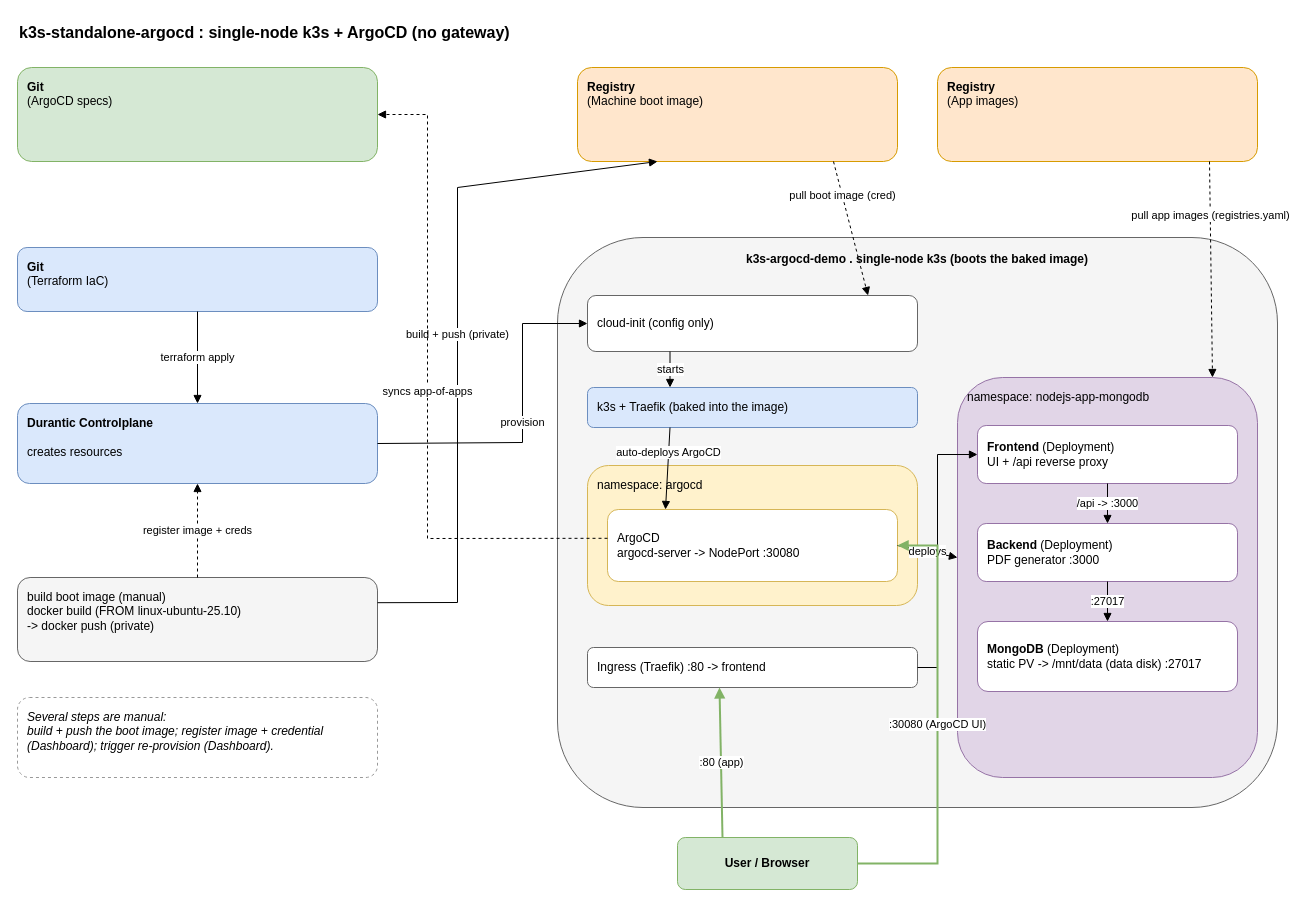
Above: page "k3s-standalone-argocd" (1 of 3) of k3s-standalone-argocd/assets/k3s-standalone-argocd.drawio in DeV1L/durantic-tf-examples (draw.io), before the change. Source tidied: cells renumbered, new cells numbered last; positions are measured from the earlier drawing's top-left corner, leaving out a move shared by most shapes. Both pictures are drawn from the tidied source at 100%, with x=0, y=0 at pixel (17, 17).
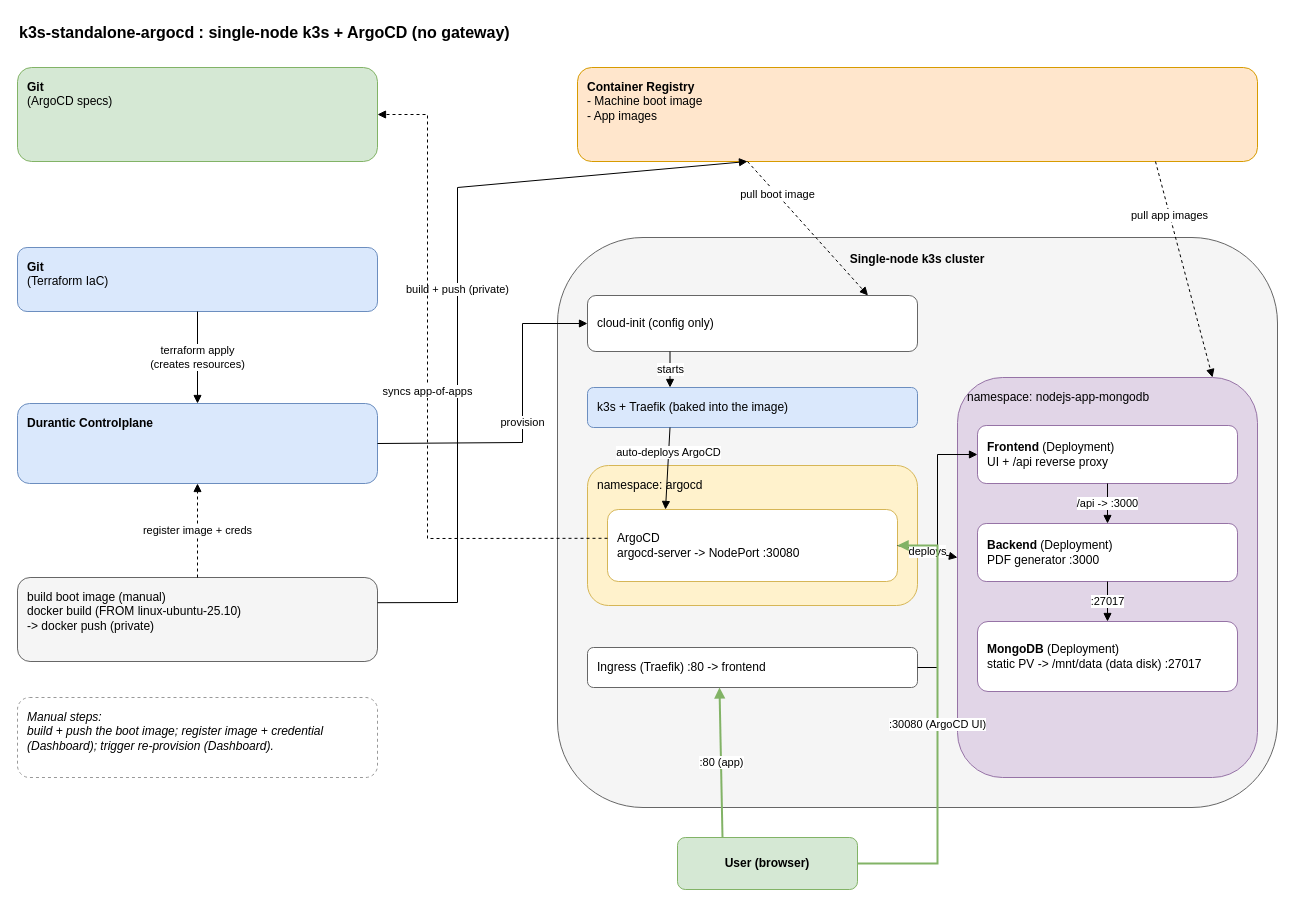
Above is the later version.

Commit message (it also covers changes not shown here):
k3s-standalone-argocd: merge the two Registry boxes into one Container Registry

Single 'Container Registry' box (Machine boot image + App images); build+push,
pull-boot-image, and pull-app-images edges all route to/from it. Re-exported page 0.

The change refers to these unchanged cells:
```xml
<mxCell id="6" value="&lt;b&gt;Git&lt;/b&gt;&#10;(Terraform IaC)" style="rounded=1;whiteSpace=wrap;html=1;fillColor=#dae8fc;strokeColor=#6c8ebf;align=left;verticalAlign=top;spacingLeft=8;spacingTop=6;" parent="1" vertex="1">
  <mxGeometry y="230" width="360" height="64" as="geometry" />
</mxCell>
<mxCell id="10" value="cloud-init (config only)" style="rounded=1;whiteSpace=wrap;html=1;fillColor=#ffffff;strokeColor=#666666;align=left;verticalAlign=middle;spacingLeft=8;" parent="1" vertex="1">
  <mxGeometry x="570" y="278" width="330" height="56" as="geometry" />
</mxCell>
<mxCell id="15" value="namespace: nodejs-app-mongodb" style="rounded=1;whiteSpace=wrap;html=1;fillColor=#e1d5e7;strokeColor=#9673a6;align=left;verticalAlign=top;spacingLeft=8;spacingTop=6;" parent="1" vertex="1">
  <mxGeometry x="940" y="360" width="300" height="400" as="geometry" />
</mxCell>
```

Change to the diagram source:
```diff
@@
-    <mxCell id="4" value="&lt;b&gt;Registry&lt;/b&gt;&#10;(Machine boot image)" style="rounded=1;whiteSpace=wrap;html=1;fillColor=#ffe6cc;strokeColor=#d79b00;align=left;verticalAlign=top;spacingLeft=8;spacingTop=6;" parent="1" vertex="1">
-      <mxGeometry x="560" y="50" width="320" height="94" as="geometry" />
+    <mxCell id="4" value="&lt;b&gt;Container Registry&lt;/b&gt;&lt;br&gt;- Machine boot image&lt;br&gt;- App images" style="rounded=1;whiteSpace=wrap;html=1;fillColor=#ffe6cc;strokeColor=#d79b00;align=left;verticalAlign=top;spacingLeft=8;spacingTop=6;" parent="1" vertex="1">
+      <mxGeometry x="560" y="50" width="680" height="94" as="geometry" />
     </mxCell>
-    <mxCell id="5" value="&lt;b&gt;Registry&lt;/b&gt;&#10;(App images)" style="rounded=1;whiteSpace=wrap;html=1;fillColor=#ffe6cc;strokeColor=#d79b00;align=left;verticalAlign=top;spacingLeft=8;spacingTop=6;" parent="1" vertex="1">
-      <mxGeometry x="920" y="50" width="320" height="94" as="geometry" />
-    </mxCell>
@@
-    <mxCell id="7" value="&lt;b&gt;Durantic Controlplane&lt;br&gt;&lt;/b&gt;&lt;br&gt;creates resources" style="rounded=1;whiteSpace=wrap;html=1;fillColor=#dae8fc;strokeColor=#6c8ebf;align=left;verticalAlign=top;spacingLeft=8;spacingTop=6;" parent="1" vertex="1">
+    <mxCell id="7" value="&lt;b&gt;Durantic Controlplane&lt;br&gt;&lt;/b&gt;&lt;div&gt;&lt;br/&gt;&lt;/div&gt;" style="rounded=1;whiteSpace=wrap;html=1;fillColor=#dae8fc;strokeColor=#6c8ebf;align=left;verticalAlign=top;spacingLeft=8;spacingTop=6;" parent="1" vertex="1">
       <mxGeometry y="386" width="360" height="80" as="geometry" />
     </mxCell>
@@
-    <mxCell id="9" value="k3s-argocd-demo  .  single-node k3s (boots the baked image)" style="rounded=1;whiteSpace=wrap;html=1;fillColor=#f5f5f5;strokeColor=#666666;align=center;verticalAlign=top;fontStyle=1;spacingTop=8;" parent="1" vertex="1">
+    <mxCell id="9" value="Single-node k3s cluster" style="rounded=1;whiteSpace=wrap;html=1;fillColor=#f5f5f5;strokeColor=#666666;align=center;verticalAlign=top;fontStyle=1;spacingTop=8;" parent="1" vertex="1">
       <mxGeometry x="540" y="220" width="720" height="570" as="geometry" />
     </mxCell>
@@
-    <mxCell id="19" value="User / Browser" style="rounded=1;whiteSpace=wrap;html=1;fillColor=#d5e8d4;strokeColor=#82b366;fontStyle=1;" parent="1" vertex="1">
+    <mxCell id="19" value="User (browser)" style="rounded=1;whiteSpace=wrap;html=1;fillColor=#d5e8d4;strokeColor=#82b366;fontStyle=1;" parent="1" vertex="1">
       <mxGeometry x="660" y="820" width="180" height="52" as="geometry" />
     </mxCell>
-    <mxCell id="20" value="terraform apply" style="endArrow=block;html=1;rounded=0;fontSize=11;exitX=0.5;exitY=1;exitDx=0;exitDy=0;entryX=0.5;entryY=0;entryDx=0;entryDy=0;" parent="1" edge="1" source="6" target="7">
+    <mxCell id="20" value="terraform apply&lt;div&gt;(creates resources)&lt;/div&gt;" style="endArrow=block;html=1;rounded=0;fontSize=11;exitX=0.5;exitY=1;exitDx=0;exitDy=0;entryX=0.5;entryY=0;entryDx=0;entryDy=0;" parent="1" edge="1" source="6" target="7">
       <mxGeometry relative="1" as="geometry" />
     </mxCell>
@@
-    <mxCell id="24" value="pull boot image (cred)" style="endArrow=block;html=1;dashed=1;rounded=0;fontSize=11;exitX=0.8;exitY=1;exitDx=0;exitDy=0;entryX=0.85;entryY=0;entryDx=0;entryDy=0;" parent="1" edge="1" source="4" target="10">
+    <mxCell id="24" value="pull boot image" style="endArrow=block;html=1;dashed=1;rounded=0;fontSize=11;exitX=0.25;exitY=1;exitDx=0;exitDy=0;entryX=0.85;entryY=0;entryDx=0;entryDy=0;" parent="1" edge="1" source="4" target="10">
       <mxGeometry x="-0.5" relative="1" as="geometry" />
     </mxCell>
@@
-    <mxCell id="29" value="pull app images (registries.yaml)" style="endArrow=block;html=1;dashed=1;rounded=0;fontSize=11;exitX=0.85;exitY=1;exitDx=0;exitDy=0;entryX=0.85;entryY=0;entryDx=0;entryDy=0;" parent="1" edge="1" source="5" target="15">
+    <mxCell id="29" value="pull app images" style="endArrow=block;html=1;dashed=1;rounded=0;fontSize=11;exitX=0.85;exitY=1;exitDx=0;exitDy=0;entryX=0.85;entryY=0;entryDx=0;entryDy=0;" parent="1" edge="1" source="4" target="15">
       <mxGeometry x="-0.5" relative="1" as="geometry" />
     </mxCell>
@@
-    <mxCell id="35" value="Several steps are manual:&#10;build + push the boot image; register image + credential (Dashboard); trigger re-provision (Dashboard)." style="rounded=1;whiteSpace=wrap;html=1;dashed=1;fillColor=#ffffff;strokeColor=#999999;align=left;verticalAlign=top;spacingLeft=8;spacingTop=6;fontStyle=2;" parent="1" vertex="1">
+    <mxCell id="35" value="Manual steps:&lt;br&gt;build + push the boot image; register image + credential (Dashboard); trigger re-provision (Dashboard)." style="rounded=1;whiteSpace=wrap;html=1;dashed=1;fillColor=#ffffff;strokeColor=#999999;align=left;verticalAlign=top;spacingLeft=8;spacingTop=6;fontStyle=2;" parent="1" vertex="1">
       <mxGeometry y="680" width="360" height="80" as="geometry" />
     </mxCell>
```
